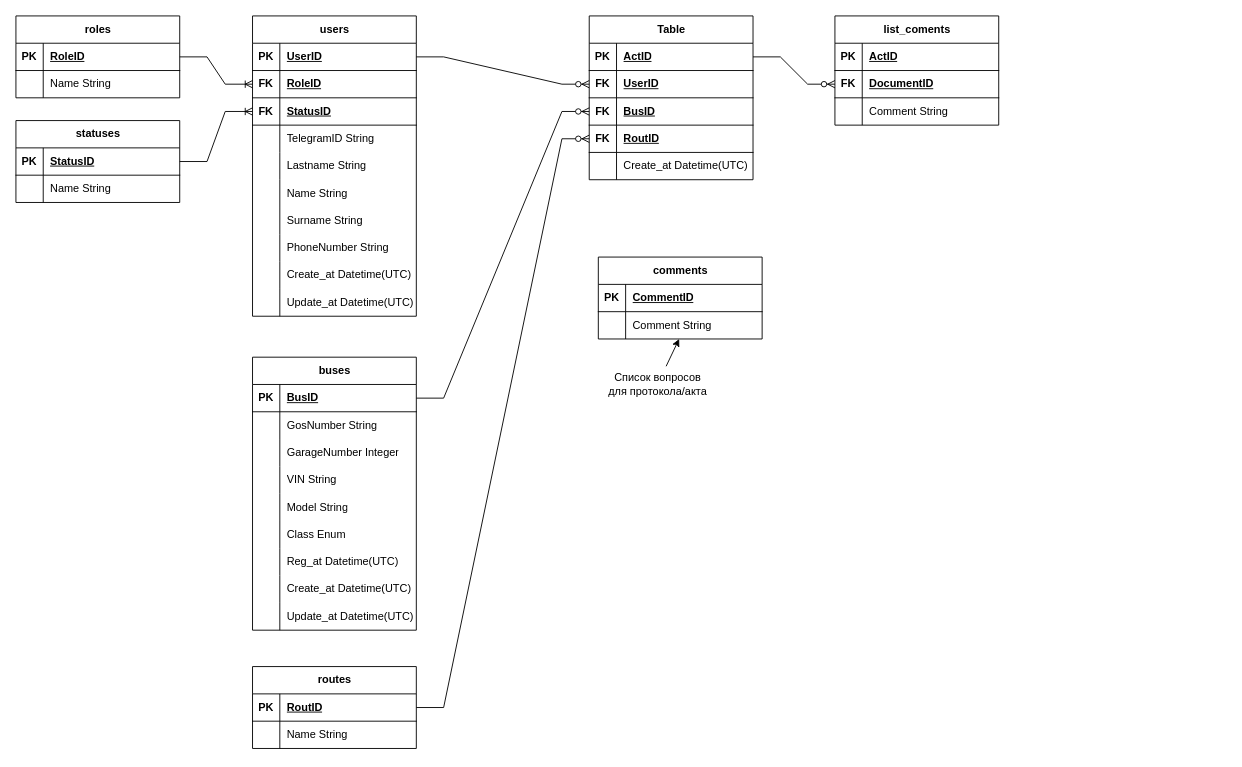
Before: Диаграмма без названия.drawio in EvgeniiGud/draw, a draw.io diagram. Source tidied: cells renumbered, new cells numbered last; positions are measured from the earlier drawing's top-left corner, leaving out a move shared by most shapes. Both pictures are drawn from the tidied source at 91%, with x=0, y=0 at pixel (15, 15).
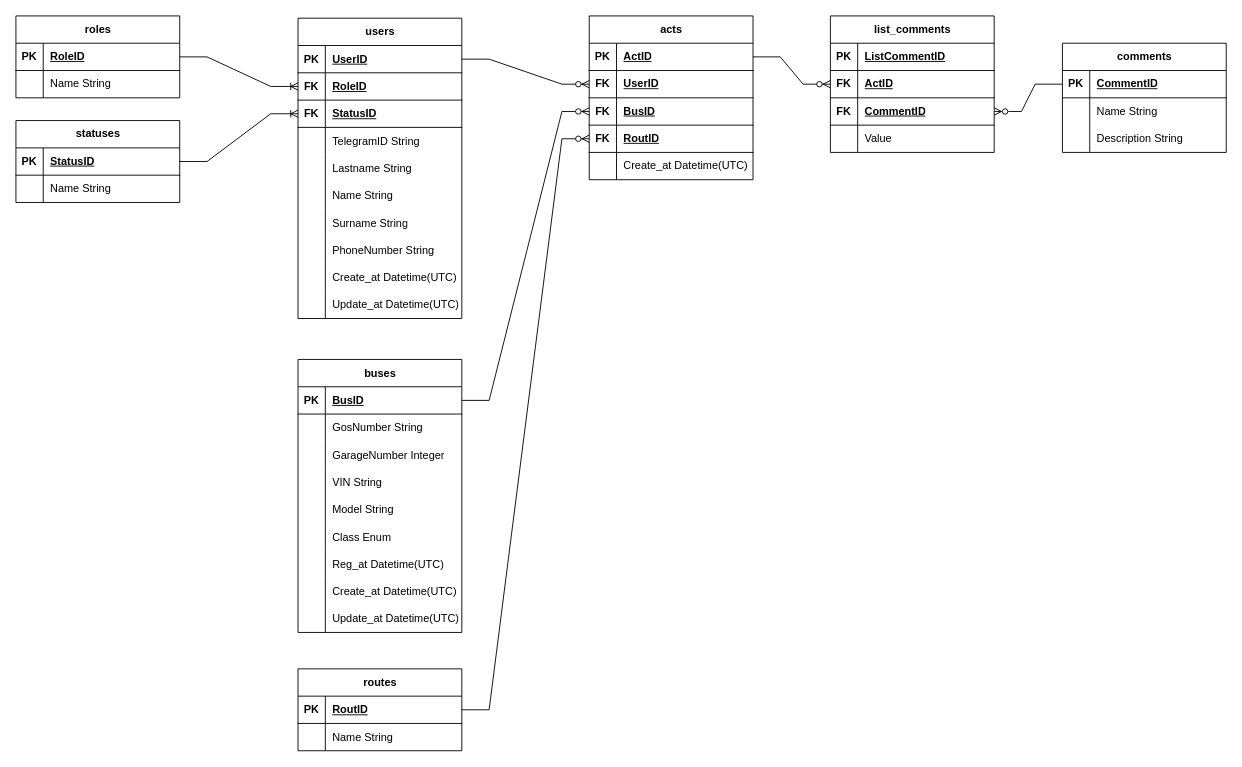
The same page after the edit.

Unchanged cells that the change refers to:
```xml
<mxCell id="78" style="shape=tableRow;horizontal=0;startSize=0;swimlaneHead=0;swimlaneBody=0;fillColor=none;points=[[0,0.5],[1,0.5]];portConstraint=eastwest;top=0;left=0;right=0;bottom=1;" parent="77" vertex="1">
  <mxGeometry y="30" width="180" height="30" as="geometry" />
</mxCell>
<mxCell id="81" style="shape=tableRow;horizontal=0;startSize=0;swimlaneHead=0;swimlaneBody=0;fillColor=none;top=0;left=0;right=0;bottom=0;" parent="77" vertex="1">
  <mxGeometry y="60" width="180" height="30" as="geometry" />
</mxCell>
```

Diff of the diagram source:
```diff
@@
     <mxCell id="2" value="users" style="shape=table;startSize=30;childLayout=tableLayout;rowLines=0;fontStyle=1;align=center;html=1;" parent="1" vertex="1">
-      <mxGeometry x="260" width="180" height="330" as="geometry" />
+      <mxGeometry x="310" y="2.5" width="180" height="330" as="geometry" />
     </mxCell>
@@
     <mxCell id="33" value="buses" style="shape=table;startSize=30;childLayout=tableLayout;rowLines=0;fontStyle=1;align=center;html=1;" parent="1" vertex="1">
-      <mxGeometry x="260" y="375" width="180" height="300" as="geometry" />
+      <mxGeometry x="310" y="377.5" width="180" height="300" as="geometry" />
     </mxCell>
@@
     <mxCell id="77" value="comments" style="shape=table;startSize=30;childLayout=tableLayout;rowLines=0;fontStyle=1;align=center;html=1;" parent="1" vertex="1">
-      <mxGeometry x="640" y="265" width="180" height="90" as="geometry" />
+      <mxGeometry x="1150" y="30" width="180" height="120" as="geometry" />
     </mxCell>
@@
-    <mxCell id="83" value="Сomment String" style="shape=partialRectangle;fillColor=none;top=0;left=0;bottom=0;right=0;align=left;spacingLeft=6;overflow=hidden;whiteSpace=wrap;html=1;" parent="81" vertex="1">
+    <mxCell id="83" value="Name String" style="shape=partialRectangle;fillColor=none;top=0;left=0;bottom=0;right=0;align=left;spacingLeft=6;overflow=hidden;whiteSpace=wrap;html=1;" parent="81" vertex="1">
       <mxGeometry x="30" width="150" height="30" as="geometry" />
     </mxCell>
-    <mxCell id="84" value="Список вопросов &lt;br&gt;для протокола/акта" style="text;html=1;align=center;verticalAlign=middle;points=[];strokeColor=none;fillColor=none;" parent="1" vertex="1">
-      <mxGeometry x="640" y="385" width="130" height="40" as="geometry" />
-    </mxCell>
-    <mxCell id="85" style="endArrow=classic;html=1;rounded=0;entryX=0.521;entryY=1;entryDx=0;entryDy=0;entryPerimeter=0;" parent="1" edge="1" source="84">
-      <mxGeometry relative="1" as="geometry">
-        <mxPoint x="728.8" y="355" as="targetPoint" />
-      </mxGeometry>
-    </mxCell>
+    <mxCell id="100" style="shape=tableRow;horizontal=0;startSize=0;swimlaneHead=0;swimlaneBody=0;fillColor=none;top=0;left=0;right=0;bottom=0;" parent="77" vertex="1">
+      <mxGeometry y="90" width="180" height="30" as="geometry" />
+    </mxCell>
+    <mxCell id="123" style="shape=partialRectangle;fillColor=none;top=0;left=0;bottom=0;right=0;overflow=hidden;whiteSpace=wrap;html=1;" parent="100" vertex="1">
+      <mxGeometry width="30" height="30" as="geometry" />
+    </mxCell>
+    <mxCell id="124" value="Description String" style="shape=partialRectangle;fillColor=none;top=0;left=0;bottom=0;right=0;align=left;spacingLeft=6;overflow=hidden;whiteSpace=wrap;html=1;" parent="100" vertex="1">
+      <mxGeometry x="30" width="150" height="30" as="geometry" />
+    </mxCell>
     <mxCell id="86" value="routes" style="shape=table;startSize=30;childLayout=tableLayout;rowLines=0;fontStyle=1;align=center;html=1;" parent="1" vertex="1">
-      <mxGeometry x="260" y="715" width="180" height="90" as="geometry" />
+      <mxGeometry x="310" y="717.5" width="180" height="90" as="geometry" />
     </mxCell>
@@
-    <mxCell id="93" value="list_coments" style="shape=table;startSize=30;childLayout=tableLayout;rowLines=0;fontStyle=1;align=center;html=1;" parent="1" vertex="1">
-      <mxGeometry x="900" width="180" height="120" as="geometry" />
-    </mxCell>
-    <mxCell id="94" style="shape=tableRow;horizontal=0;startSize=0;swimlaneHead=0;swimlaneBody=0;fillColor=none;top=0;left=0;right=0;bottom=1;" parent="93" vertex="1">
-      <mxGeometry y="30" width="180" height="30" as="geometry" />
-    </mxCell>
-    <mxCell id="95" value="PK" style="shape=partialRectangle;fillColor=none;top=0;left=0;bottom=0;right=0;fontStyle=1;overflow=hidden;whiteSpace=wrap;html=1;" parent="94" vertex="1">
-      <mxGeometry width="30" height="30" as="geometry" />
-    </mxCell>
-    <mxCell id="96" value="ActID" style="shape=partialRectangle;fillColor=none;top=0;left=0;bottom=0;right=0;align=left;spacingLeft=6;fontStyle=5;overflow=hidden;whiteSpace=wrap;html=1;" parent="94" vertex="1">
-      <mxGeometry x="30" width="150" height="30" as="geometry" />
-    </mxCell>
-    <mxCell id="97" style="shape=tableRow;horizontal=0;startSize=0;swimlaneHead=0;swimlaneBody=0;fillColor=none;points=[[0,0.5],[1,0.5]];portConstraint=eastwest;top=0;left=0;right=0;bottom=1;" parent="93" vertex="1">
-      <mxGeometry y="60" width="180" height="30" as="geometry" />
-    </mxCell>
-    <mxCell id="98" value="FK" style="shape=partialRectangle;fillColor=none;top=0;left=0;bottom=0;right=0;fontStyle=1;overflow=hidden;whiteSpace=wrap;html=1;" parent="97" vertex="1">
-      <mxGeometry width="30" height="30" as="geometry" />
-    </mxCell>
-    <mxCell id="99" value="DocumentID" style="shape=partialRectangle;fillColor=none;top=0;left=0;bottom=0;right=0;align=left;spacingLeft=6;fontStyle=5;overflow=hidden;whiteSpace=wrap;html=1;" parent="97" vertex="1">
-      <mxGeometry x="30" width="150" height="30" as="geometry" />
-    </mxCell>
-    <mxCell id="100" style="shape=tableRow;horizontal=0;startSize=0;swimlaneHead=0;swimlaneBody=0;fillColor=none;top=0;left=0;right=0;bottom=0;" parent="93" vertex="1">
-      <mxGeometry y="90" width="180" height="30" as="geometry" />
-    </mxCell>
-    <mxCell id="101" style="shape=partialRectangle;fillColor=none;top=0;left=0;bottom=0;right=0;overflow=hidden;whiteSpace=wrap;html=1;" parent="100" vertex="1">
-      <mxGeometry width="30" height="30" as="geometry" />
-    </mxCell>
-    <mxCell id="102" value="Comment String" style="shape=partialRectangle;fillColor=none;top=0;left=0;bottom=0;right=0;align=left;spacingLeft=6;overflow=hidden;whiteSpace=wrap;html=1;" parent="100" vertex="1">
-      <mxGeometry x="30" width="150" height="30" as="geometry" />
-    </mxCell>
-    <mxCell id="103" value="Table" style="shape=table;startSize=30;childLayout=tableLayout;rowLines=0;fontStyle=1;align=center;html=1;" parent="1" vertex="1">
+    <mxCell id="103" value="acts" style="shape=table;startSize=30;childLayout=tableLayout;rowLines=0;fontStyle=1;align=center;html=1;" parent="1" vertex="1">
       <mxGeometry x="630" width="180" height="180" as="geometry" />
     </mxCell>
@@
+    <mxCell id="125" value="&lt;div&gt;list_comments&lt;/div&gt;" style="shape=table;startSize=30;childLayout=tableLayout;rowLines=0;fontStyle=1;align=center;html=1;" parent="1" vertex="1">
+      <mxGeometry x="895" width="180" height="150" as="geometry" />
+    </mxCell>
+    <mxCell id="94" style="shape=tableRow;horizontal=0;startSize=0;swimlaneHead=0;swimlaneBody=0;fillColor=none;top=0;left=0;right=0;bottom=1;" parent="125" vertex="1">
+      <mxGeometry y="30" width="180" height="30" as="geometry" />
+    </mxCell>
+    <mxCell id="95" value="PK" style="shape=partialRectangle;fillColor=none;top=0;left=0;bottom=0;right=0;fontStyle=1;overflow=hidden;whiteSpace=wrap;html=1;" parent="94" vertex="1">
+      <mxGeometry width="30" height="30" as="geometry" />
+    </mxCell>
+    <mxCell id="126" value="ListCommentID" style="shape=partialRectangle;fillColor=none;top=0;left=0;bottom=0;right=0;align=left;spacingLeft=6;fontStyle=5;overflow=hidden;whiteSpace=wrap;html=1;" parent="94" vertex="1">
+      <mxGeometry x="30" width="150" height="30" as="geometry" />
+    </mxCell>
+    <mxCell id="97" style="shape=tableRow;horizontal=0;startSize=0;swimlaneHead=0;swimlaneBody=0;fillColor=none;points=[[0,0.5],[1,0.5]];portConstraint=eastwest;top=0;left=0;right=0;bottom=1;" parent="125" vertex="1">
+      <mxGeometry y="60" width="180" height="30" as="geometry" />
+    </mxCell>
+    <mxCell id="127" value="FK" style="shape=partialRectangle;fillColor=none;top=0;left=0;bottom=0;right=0;fontStyle=1;overflow=hidden;whiteSpace=wrap;html=1;" parent="97" vertex="1">
+      <mxGeometry width="30" height="30" as="geometry" />
+    </mxCell>
+    <mxCell id="96" value="ActID" style="shape=partialRectangle;fillColor=none;top=0;left=0;bottom=0;right=0;align=left;spacingLeft=6;fontStyle=5;overflow=hidden;whiteSpace=wrap;html=1;" parent="97" vertex="1">
+      <mxGeometry x="30" width="150" height="30" as="geometry" />
+    </mxCell>
+    <mxCell id="128" style="shape=tableRow;horizontal=0;startSize=0;swimlaneHead=0;swimlaneBody=0;fillColor=none;points=[[0,0.5],[1,0.5]];portConstraint=eastwest;top=0;left=0;right=0;bottom=1;" parent="125" vertex="1">
+      <mxGeometry y="90" width="180" height="30" as="geometry" />
+    </mxCell>
+    <mxCell id="129" value="FK" style="shape=partialRectangle;fillColor=none;top=0;left=0;bottom=0;right=0;fontStyle=1;overflow=hidden;whiteSpace=wrap;html=1;" parent="128" vertex="1">
+      <mxGeometry width="30" height="30" as="geometry" />
+    </mxCell>
+    <mxCell id="130" value="CommentID" style="shape=partialRectangle;fillColor=none;top=0;left=0;bottom=0;right=0;align=left;spacingLeft=6;fontStyle=5;overflow=hidden;whiteSpace=wrap;html=1;" parent="128" vertex="1">
+      <mxGeometry x="30" width="150" height="30" as="geometry" />
+    </mxCell>
+    <mxCell id="131" style="shape=tableRow;horizontal=0;startSize=0;swimlaneHead=0;swimlaneBody=0;fillColor=none;top=0;left=0;right=0;bottom=0;" parent="125" vertex="1">
+      <mxGeometry y="120" width="180" height="30" as="geometry" />
+    </mxCell>
+    <mxCell id="132" style="shape=partialRectangle;fillColor=none;top=0;left=0;bottom=0;right=0;overflow=hidden;whiteSpace=wrap;html=1;" parent="131" vertex="1">
+      <mxGeometry width="30" height="30" as="geometry" />
+    </mxCell>
+    <mxCell id="133" value="Value" style="shape=partialRectangle;fillColor=none;top=0;left=0;bottom=0;right=0;align=left;spacingLeft=6;overflow=hidden;whiteSpace=wrap;html=1;" parent="131" vertex="1">
+      <mxGeometry x="30" width="150" height="30" as="geometry" />
+    </mxCell>
+    <mxCell id="134" style="edgeStyle=entityRelationEdgeStyle;fontSize=12;html=1;endArrow=none;endFill=0;rounded=0;exitX=1;exitY=0.5;exitDx=0;exitDy=0;entryX=0;entryY=0.5;entryDx=0;entryDy=0;startArrow=ERzeroToMany;startFill=0;" parent="1" edge="1" source="128" target="78">
+      <mxGeometry relative="1" as="geometry" />
+    </mxCell>
```
